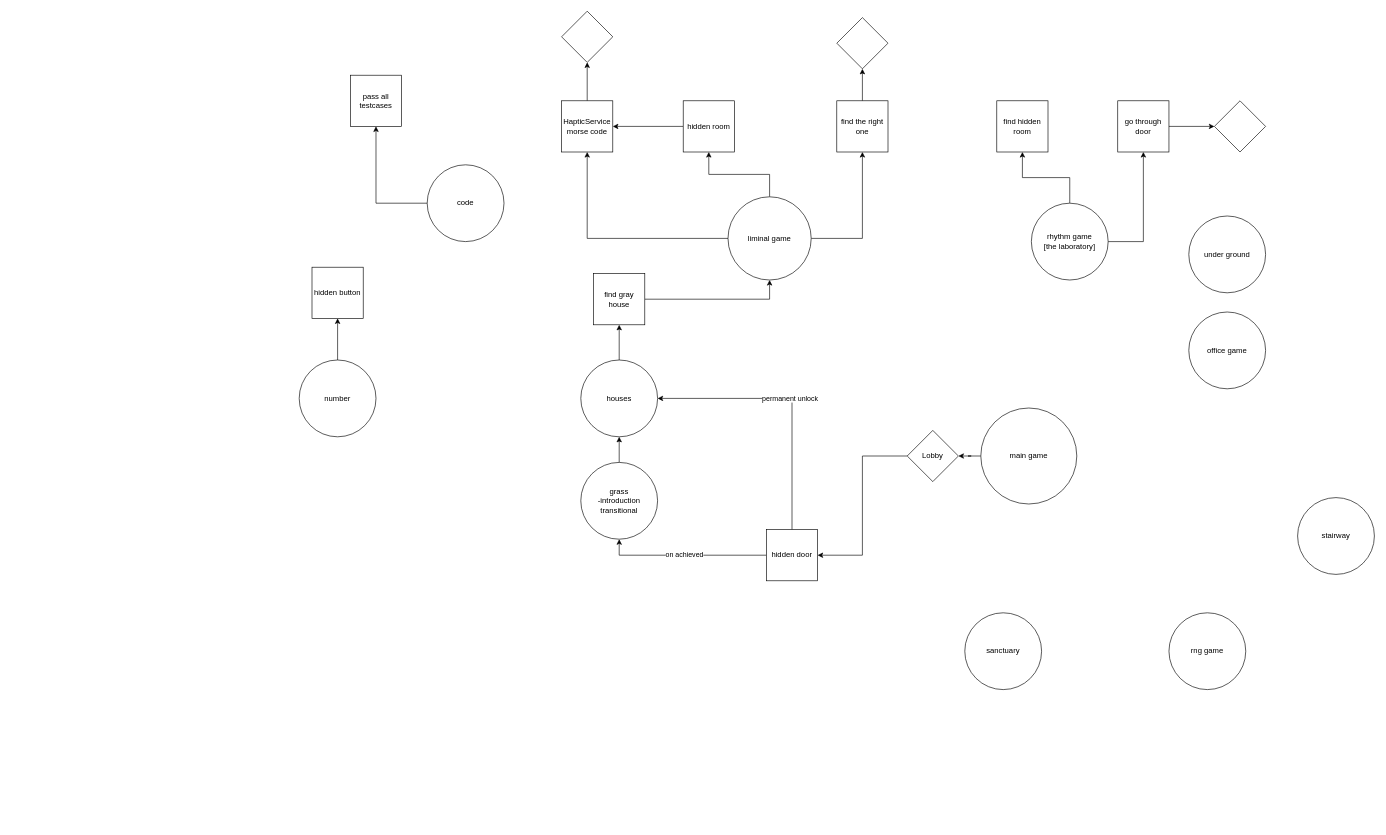
This is puzzles.drawio from Hapcoder11/things, a draw.io file, before an edit. Source tidied: cells renumbered, new cells numbered last; positions are measured from the earlier drawing's top-left corner, leaving out a move shared by most shapes. Both pictures are drawn from the tidied source at 64%, with x=0, y=0 at pixel (299, 11).
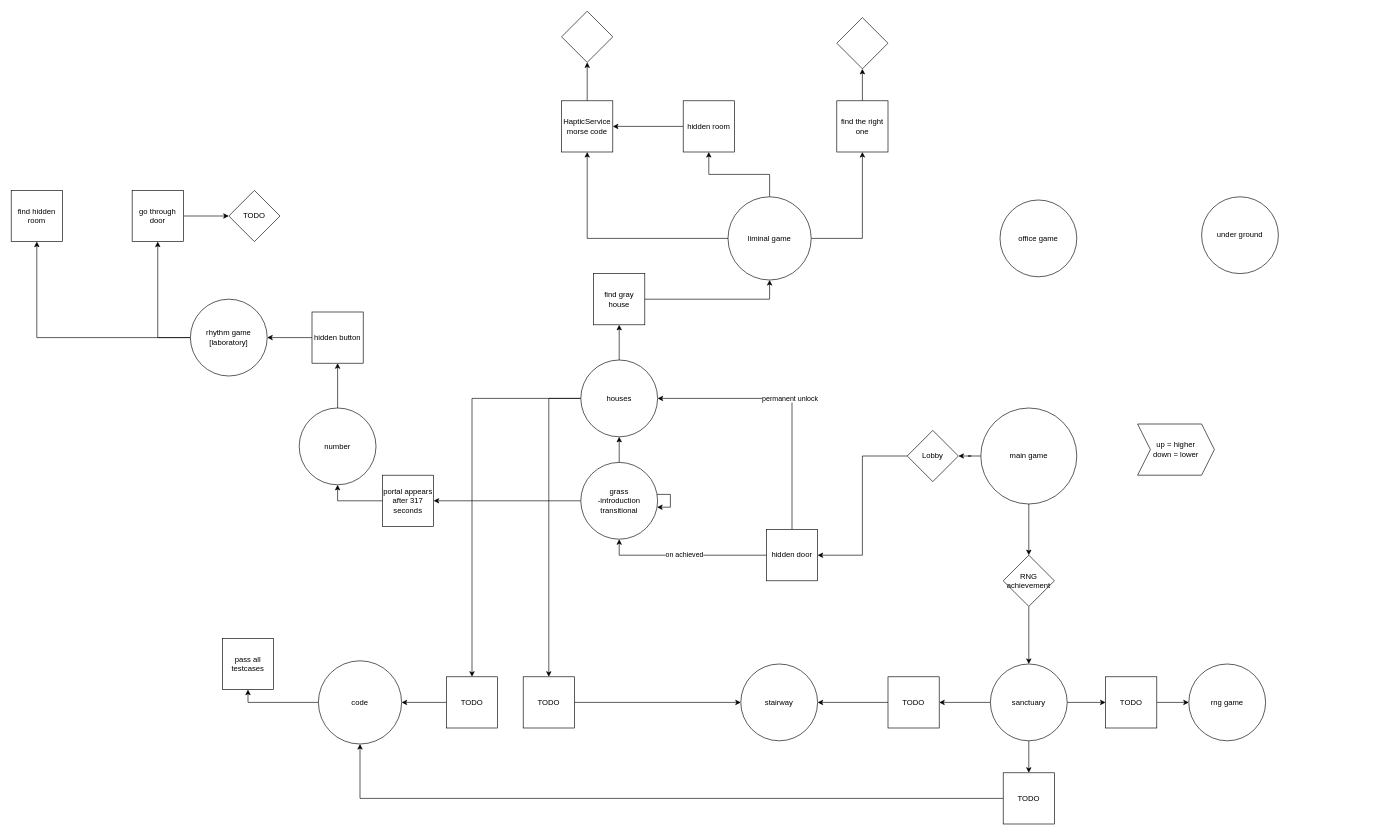
After the change.

The change refers to these unchanged cells:
```xml
<mxCell id="3" value="main game" style="ellipse;whiteSpace=wrap;html=1;" parent="1" vertex="1">
  <mxGeometry x="1065" y="620" width="150" height="150" as="geometry" />
</mxCell>
<mxCell id="26" value="grass&lt;div&gt;-introduction transitional&lt;/div&gt;" style="ellipse;whiteSpace=wrap;html=1;" parent="1" vertex="1">
  <mxGeometry x="440" y="705" width="120" height="120" as="geometry" />
</mxCell>
<mxCell id="33" value="houses" style="ellipse;whiteSpace=wrap;html=1;" parent="1" vertex="1">
  <mxGeometry x="440" y="545" width="120" height="120" as="geometry" />
</mxCell>
```

Change to the diagram source:
```diff
@@
+    <mxCell id="45" style="edgeStyle=orthogonalEdgeStyle;rounded=0;jettySize=auto;html=1;entryX=0.5;entryY=0;entryDx=0;entryDy=0;" parent="1" edge="1" source="3" target="54">
+      <mxGeometry relative="1" as="geometry" />
+    </mxCell>
@@
-    <mxCell id="6" value="rhythm game&lt;div&gt;[the laboratory]&lt;/div&gt;" style="ellipse;whiteSpace=wrap;html=1;" parent="1" vertex="1">
-      <mxGeometry x="1144" y="300" width="120" height="120" as="geometry" />
+    <mxCell id="6" value="rhythm game&lt;div&gt;[laboratory]&lt;/div&gt;" style="ellipse;whiteSpace=wrap;html=1;" parent="1" vertex="1">
+      <mxGeometry x="-170" y="450" width="120" height="120" as="geometry" />
     </mxCell>
@@
     <mxCell id="8" value="go through door" style="whiteSpace=wrap;html=1;" parent="1" vertex="1">
-      <mxGeometry x="1279" y="140" width="80" height="80" as="geometry" />
+      <mxGeometry x="-261" y="280" width="80" height="80" as="geometry" />
     </mxCell>
     <mxCell id="9" value="find hidden room" style="whiteSpace=wrap;html=1;" parent="1" vertex="1">
-      <mxGeometry x="1090" y="140" width="80" height="80" as="geometry" />
+      <mxGeometry x="-450" y="280" width="80" height="80" as="geometry" />
     </mxCell>
-    <mxCell id="10" style="rhombus;whiteSpace=wrap;html=1;" parent="1" vertex="1">
-      <mxGeometry x="1430" y="140" width="80" height="80" as="geometry" />
+    <mxCell id="10" value="TODO" style="rhombus;whiteSpace=wrap;html=1;" parent="1" vertex="1">
+      <mxGeometry x="-110" y="280" width="80" height="80" as="geometry" />
     </mxCell>
@@
     <mxCell id="23" value="office game" style="ellipse;whiteSpace=wrap;html=1;" parent="1" vertex="1">
-      <mxGeometry x="1390" y="470" width="120" height="120" as="geometry" />
+      <mxGeometry x="1095" y="295" width="120" height="120" as="geometry" />
     </mxCell>
     <mxCell id="24" value="under ground" style="ellipse;whiteSpace=wrap;html=1;" parent="1" vertex="1">
-      <mxGeometry x="1390" y="320" width="120" height="120" as="geometry" />
+      <mxGeometry x="1410" y="290" width="120" height="120" as="geometry" />
     </mxCell>
@@
+    <mxCell id="46" style="edgeStyle=orthogonalEdgeStyle;rounded=0;jettySize=auto;html=1;" parent="1" edge="1" source="26" target="57">
+      <mxGeometry relative="1" as="geometry" />
+    </mxCell>
@@
     <mxCell id="27" value="stairway" style="ellipse;whiteSpace=wrap;html=1;" parent="1" vertex="1">
-      <mxGeometry x="1560" y="760" width="120" height="120" as="geometry" />
+      <mxGeometry x="690" y="1020" width="120" height="120" as="geometry" />
     </mxCell>
     <mxCell id="28" value="rng game" style="ellipse;whiteSpace=wrap;html=1;" parent="1" vertex="1">
-      <mxGeometry x="1359" y="940" width="120" height="120" as="geometry" />
+      <mxGeometry x="1390" y="1020" width="120" height="120" as="geometry" />
     </mxCell>
@@
     <mxCell id="30" value="number" style="ellipse;whiteSpace=wrap;html=1;" parent="1" vertex="1">
-      <mxGeometry y="545" width="120" height="120" as="geometry" />
+      <mxGeometry y="620" width="120" height="120" as="geometry" />
     </mxCell>
+    <mxCell id="47" style="edgeStyle=orthogonalEdgeStyle;rounded=0;jettySize=auto;html=1;entryX=1;entryY=0.5;entryDx=0;entryDy=0;" parent="1" edge="1" source="31" target="6">
+      <mxGeometry relative="1" as="geometry" />
+    </mxCell>
     <mxCell id="31" value="hidden button" style="whiteSpace=wrap;html=1;" parent="1" vertex="1">
-      <mxGeometry x="20" y="400" width="80" height="80" as="geometry" />
+      <mxGeometry x="20" y="470" width="80" height="80" as="geometry" />
     </mxCell>
@@
+    <mxCell id="48" style="edgeStyle=orthogonalEdgeStyle;rounded=0;jettySize=auto;html=1;entryX=0.5;entryY=0;entryDx=0;entryDy=0;" parent="1" edge="1" source="33" target="61">
+      <mxGeometry relative="1" as="geometry" />
+    </mxCell>
+    <mxCell id="49" style="edgeStyle=orthogonalEdgeStyle;rounded=0;jettySize=auto;html=1;entryX=0.5;entryY=0;entryDx=0;entryDy=0;" parent="1" edge="1" source="33" target="65">
+      <mxGeometry relative="1" as="geometry" />
+    </mxCell>
@@
     <mxCell id="37" value="code" style="ellipse;whiteSpace=wrap;html=1;" parent="1" vertex="1">
-      <mxGeometry x="200" y="240" width="120" height="120" as="geometry" />
+      <mxGeometry x="30" y="1015" width="130" height="130" as="geometry" />
     </mxCell>
     <mxCell id="38" value="pass all testcases" style="whiteSpace=wrap;html=1;" parent="1" vertex="1">
-      <mxGeometry x="80" y="100" width="80" height="80" as="geometry" />
+      <mxGeometry x="-120" y="980" width="80" height="80" as="geometry" />
     </mxCell>
@@
+    <mxCell id="50" style="edgeStyle=orthogonalEdgeStyle;rounded=0;jettySize=auto;html=1;entryX=0;entryY=0.5;entryDx=0;entryDy=0;" parent="1" edge="1" source="44" target="59">
+      <mxGeometry relative="1" as="geometry" />
+    </mxCell>
+    <mxCell id="51" style="edgeStyle=orthogonalEdgeStyle;rounded=0;jettySize=auto;html=1;entryX=1;entryY=0.5;entryDx=0;entryDy=0;" parent="1" edge="1" source="44" target="63">
+      <mxGeometry relative="1" as="geometry" />
+    </mxCell>
+    <mxCell id="52" style="edgeStyle=orthogonalEdgeStyle;rounded=0;jettySize=auto;html=1;" parent="1" edge="1" source="44" target="67">
+      <mxGeometry relative="1" as="geometry" />
+    </mxCell>
     <mxCell id="44" value="sanctuary" style="ellipse;whiteSpace=wrap;html=1;" parent="1" vertex="1">
-      <mxGeometry x="1040" y="940" width="120" height="120" as="geometry" />
+      <mxGeometry x="1080" y="1020" width="120" height="120" as="geometry" />
     </mxCell>
+    <mxCell id="53" style="edgeStyle=orthogonalEdgeStyle;rounded=0;jettySize=auto;html=1;entryX=0.5;entryY=0;entryDx=0;entryDy=0;" parent="1" edge="1" source="54" target="44">
+      <mxGeometry relative="1" as="geometry" />
+    </mxCell>
+    <mxCell id="54" value="RNG achievement" style="rhombus;whiteSpace=wrap;html=1;" parent="1" vertex="1">
+      <mxGeometry x="1100" y="850" width="80" height="80" as="geometry" />
+    </mxCell>
+    <mxCell id="55" style="edgeStyle=orthogonalEdgeStyle;rounded=0;orthogonalLoop=1;jettySize=auto;html=1;" parent="1" edge="1" source="26" target="26">
+      <mxGeometry relative="1" as="geometry" />
+    </mxCell>
+    <mxCell id="56" style="edgeStyle=orthogonalEdgeStyle;rounded=0;jettySize=auto;html=1;entryX=0.5;entryY=1;entryDx=0;entryDy=0;" parent="1" edge="1" source="57" target="30">
+      <mxGeometry relative="1" as="geometry" />
+    </mxCell>
+    <mxCell id="57" value="portal appears after 317 seconds" style="whiteSpace=wrap;html=1;" parent="1" vertex="1">
+      <mxGeometry x="130" y="725" width="80" height="80" as="geometry" />
+    </mxCell>
+    <mxCell id="58" style="edgeStyle=orthogonalEdgeStyle;rounded=0;jettySize=auto;html=1;entryX=0;entryY=0.5;entryDx=0;entryDy=0;" parent="1" edge="1" source="59" target="28">
+      <mxGeometry relative="1" as="geometry" />
+    </mxCell>
+    <mxCell id="59" value="TODO" style="whiteSpace=wrap;html=1;" parent="1" vertex="1">
+      <mxGeometry x="1260" y="1040" width="80" height="80" as="geometry" />
+    </mxCell>
+    <mxCell id="60" style="edgeStyle=orthogonalEdgeStyle;rounded=0;jettySize=auto;html=1;entryX=0;entryY=0.5;entryDx=0;entryDy=0;" parent="1" edge="1" source="61" target="27">
+      <mxGeometry relative="1" as="geometry" />
+    </mxCell>
+    <mxCell id="61" value="TODO" style="whiteSpace=wrap;html=1;" parent="1" vertex="1">
+      <mxGeometry x="350" y="1040" width="80" height="80" as="geometry" />
+    </mxCell>
+    <mxCell id="62" style="edgeStyle=orthogonalEdgeStyle;rounded=0;jettySize=auto;html=1;entryX=1;entryY=0.5;entryDx=0;entryDy=0;" parent="1" edge="1" source="63" target="27">
+      <mxGeometry relative="1" as="geometry" />
+    </mxCell>
+    <mxCell id="63" value="TODO" style="whiteSpace=wrap;html=1;" parent="1" vertex="1">
+      <mxGeometry x="920" y="1040" width="80" height="80" as="geometry" />
+    </mxCell>
+    <mxCell id="64" style="edgeStyle=orthogonalEdgeStyle;rounded=0;jettySize=auto;html=1;entryX=1;entryY=0.5;entryDx=0;entryDy=0;" parent="1" edge="1" source="65" target="37">
+      <mxGeometry relative="1" as="geometry" />
+    </mxCell>
+    <mxCell id="65" value="TODO" style="whiteSpace=wrap;html=1;" parent="1" vertex="1">
+      <mxGeometry x="230" y="1040" width="80" height="80" as="geometry" />
+    </mxCell>
+    <mxCell id="66" style="edgeStyle=orthogonalEdgeStyle;rounded=0;jettySize=auto;html=1;entryX=0.5;entryY=1;entryDx=0;entryDy=0;" parent="1" edge="1" source="67" target="37">
+      <mxGeometry relative="1" as="geometry" />
+    </mxCell>
+    <mxCell id="67" value="TODO" style="whiteSpace=wrap;html=1;" parent="1" vertex="1">
+      <mxGeometry x="1100" y="1190" width="80" height="80" as="geometry" />
+    </mxCell>
+    <mxCell id="68" value="up = higher&lt;div&gt;down = lower&lt;/div&gt;" style="shape=step;perimeter=stepPerimeter;whiteSpace=wrap;html=1;fixedSize=1;" parent="1" vertex="1">
+      <mxGeometry x="1310" y="645" width="120" height="80" as="geometry" />
+    </mxCell>
```
